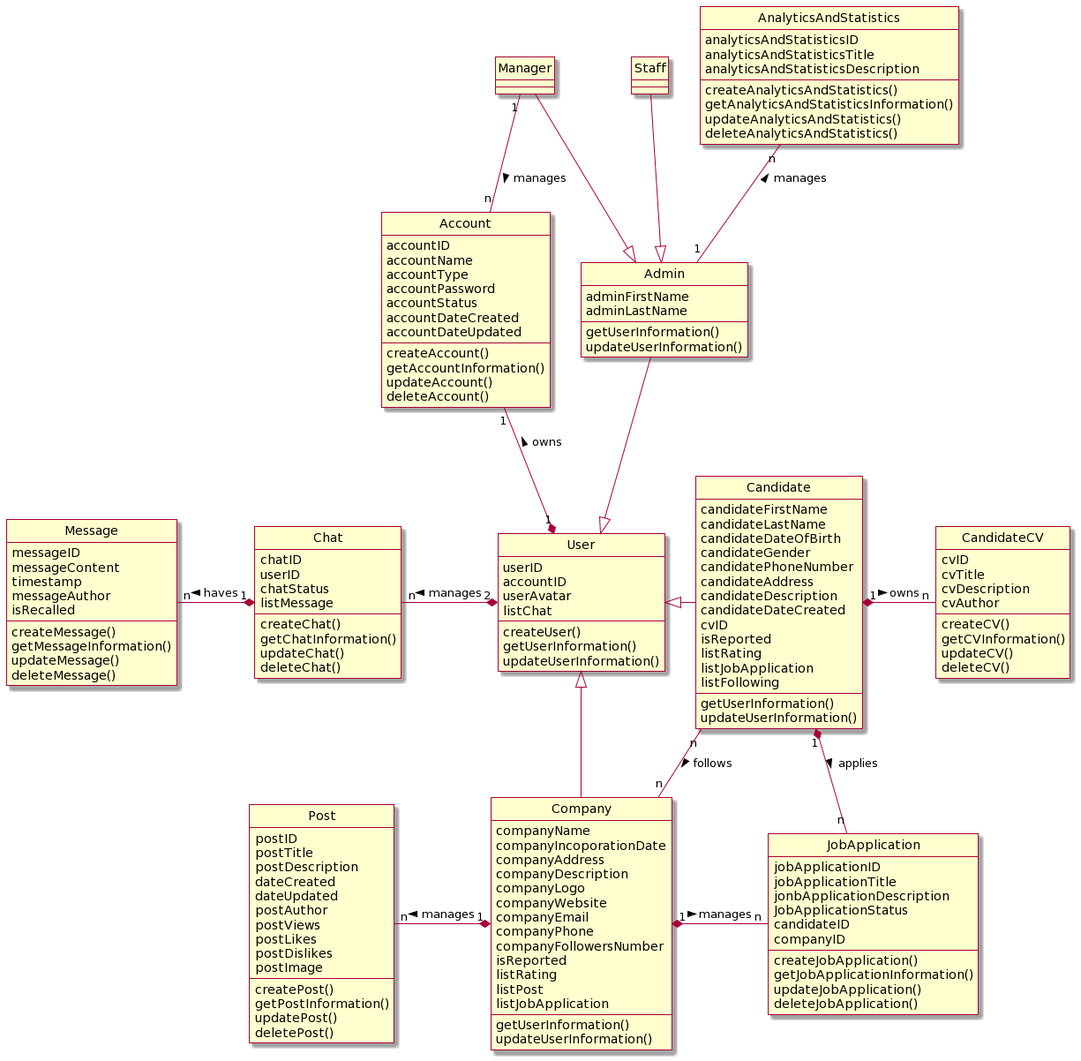
The PlantUML diagram Lab1/Lab 1.2 Diagram/Class/FileIMG/ClassDiagram.png in Griselda4774/EAS-EmploymentAssistanceSystem, before a commit.
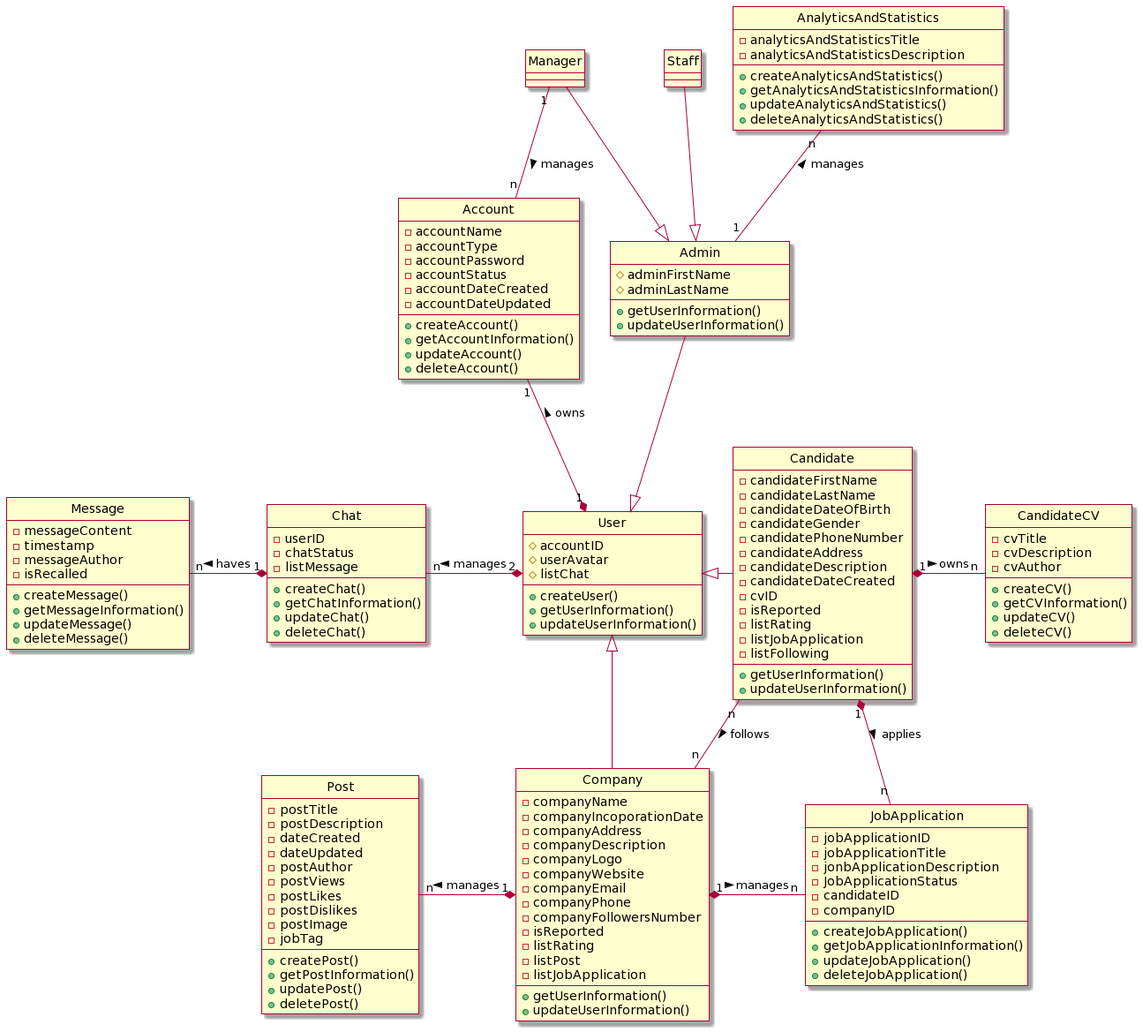
Later version of the same file.

Commit message:
update class diagram

Diff of the diagram source:
```diff
@@ -3,70 +3,68 @@
 skin rose
 
 class Account {
-    accountID
-    accountName
-    accountType
-    accountPassword
-    accountStatus
-    accountDateCreated
-    accountDateUpdated
-    createAccount()
-    getAccountInformation()
-    updateAccount()
-    deleteAccount()
+    -accountName
+    -accountType
+    -accountPassword
+    -accountStatus
+    -accountDateCreated
+    -accountDateUpdated
+    +createAccount()
+    +getAccountInformation()
+    +updateAccount()
+    +deleteAccount()
 }
 
 class User {
-    userID
-    accountID
-    userAvatar
-    listChat
-    createUser()
-    getUserInformation()
-    updateUserInformation()
+    #accountID
+    #userAvatar
+    #listChat
+    +createUser()
+    +getUserInformation()
+    +updateUserInformation()
 }
 
 class Admin {
-    adminFirstName
-    adminLastName
-    getUserInformation()
-    updateUserInformation()
+    #adminFirstName
+    #adminLastName
+    +getUserInformation()
+    +updateUserInformation()
 }
 
 class Candidate {
-    candidateFirstName
-    candidateLastName
-    candidateDateOfBirth
-    candidateGender
-    candidatePhoneNumber
-    candidateAddress
-    candidateDescription
-    candidateDateCreated
-    cvID
-    isReported
-    listRating
-    listJobApplication
-    listFollowing
-    getUserInformation()
-    updateUserInformation()
+    -candidateFirstName
+    -candidateLastName
+    -candidateDateOfBirth
+    -candidateGender
+    -candidatePhoneNumber
+    -candidateAddress
+    -candidateDescription
+    -candidateDateCreated
+    -cvID
+    -isReported
+    -listRating
+    -listJobApplication
+    -listFollowing
+    +getUserInformation()
+    +updateUserInformation()
 }
 
 class Company {
-    companyName
-    companyIncoporationDate
-    companyAddress
-    companyDescription
-    companyLogo
-    companyWebsite
-    companyEmail
-    companyPhone
-    companyFollowersNumber
-    isReported
-    listRating
-    listPost
-    listJobApplication
-    getUserInformation()
-    updateUserInformation()
+    -companyName
+    -companyIncoporationDate
+    -companyAddress
+    -companyDescription
+    -companyLogo
+    -companyWebsite
+    -companyEmail
+    -companyPhone
+    -companyFollowersNumber
+    -isReported
+    -listRating
+    -listPost
+    -listJobApplication
+    +getUserInformation()
+    +updateUserInformation()
 }
 
 class Staff {
@@ -78,77 +76,73 @@
 }
 
 class Post {
-    postID
-    postTitle
-    postDescription
-    dateCreated
-    dateUpdated
-    postAuthor
-    postViews
-    postLikes
-    postDislikes
-    postImage
-    createPost()
-    getPostInformation()
-    updatePost()
-    deletePost()
+    -postTitle
+    -postDescription
+    -dateCreated
+    -dateUpdated
+    -postAuthor
+    -postViews
+    -postLikes
+    -postDislikes
+    -postImage
+    -jobTag
+    +createPost()
+    +getPostInformation()
+    +updatePost()
+    +deletePost()
 }
 
 class CandidateCV {
-    cvID
-    cvTitle
-    cvDescription
-    cvAuthor
-    createCV()
-    getCVInformation()
-    updateCV()
-    deleteCV()
+    -cvTitle
+    -cvDescription
+    -cvAuthor
+    +createCV()
+    +getCVInformation()
+    +updateCV()
+    +deleteCV()
 }
 
 class JobApplication {
-    jobApplicationID
-    jobApplicationTitle
-    jonbApplicationDescription
-    JobApplicationStatus
-    candidateID
-    companyID
-    createJobApplication()
-    getJobApplicationInformation()
-    updateJobApplication()
-    deleteJobApplication()
+    -jobApplicationID
+    -jobApplicationTitle
+    -jonbApplicationDescription
+    -JobApplicationStatus
+    -candidateID
+    -companyID
+    +createJobApplication()
+    +getJobApplicationInformation()
+    +updateJobApplication()
+    +deleteJobApplication()
 }
 
 class Chat {
-    chatID
-    userID
-    chatStatus
-    listMessage
-    createChat()
-    getChatInformation()
-    updateChat()
-    deleteChat()
+    -userID
+    -chatStatus
+    -listMessage
+    +createChat()
+    +getChatInformation()
+    +updateChat()
+    +deleteChat()
 }
 
 class Message {
-    messageID
-    messageContent
-    timestamp
-    messageAuthor
-    isRecalled
-    createMessage()
-    getMessageInformation()
-    updateMessage()
-    deleteMessage()
+    -messageContent
+    -timestamp
+    -messageAuthor
+    -isRecalled
+    +createMessage()
+    +getMessageInformation()
+    +updateMessage()
+    +deleteMessage()
 }
 
 class AnalyticsAndStatistics {
-    analyticsAndStatisticsID
-    analyticsAndStatisticsTitle
-    analyticsAndStatisticsDescription
-    createAnalyticsAndStatistics()
-    getAnalyticsAndStatisticsInformation()
-    updateAnalyticsAndStatistics()
-    deleteAnalyticsAndStatistics()
+    -analyticsAndStatisticsTitle
+    -analyticsAndStatisticsDescription
+    +createAnalyticsAndStatistics()
+    +getAnalyticsAndStatisticsInformation()
+    +updateAnalyticsAndStatistics()
+    +deleteAnalyticsAndStatistics()
 }
 
 Account "1" --* "1" User: owns <
```
